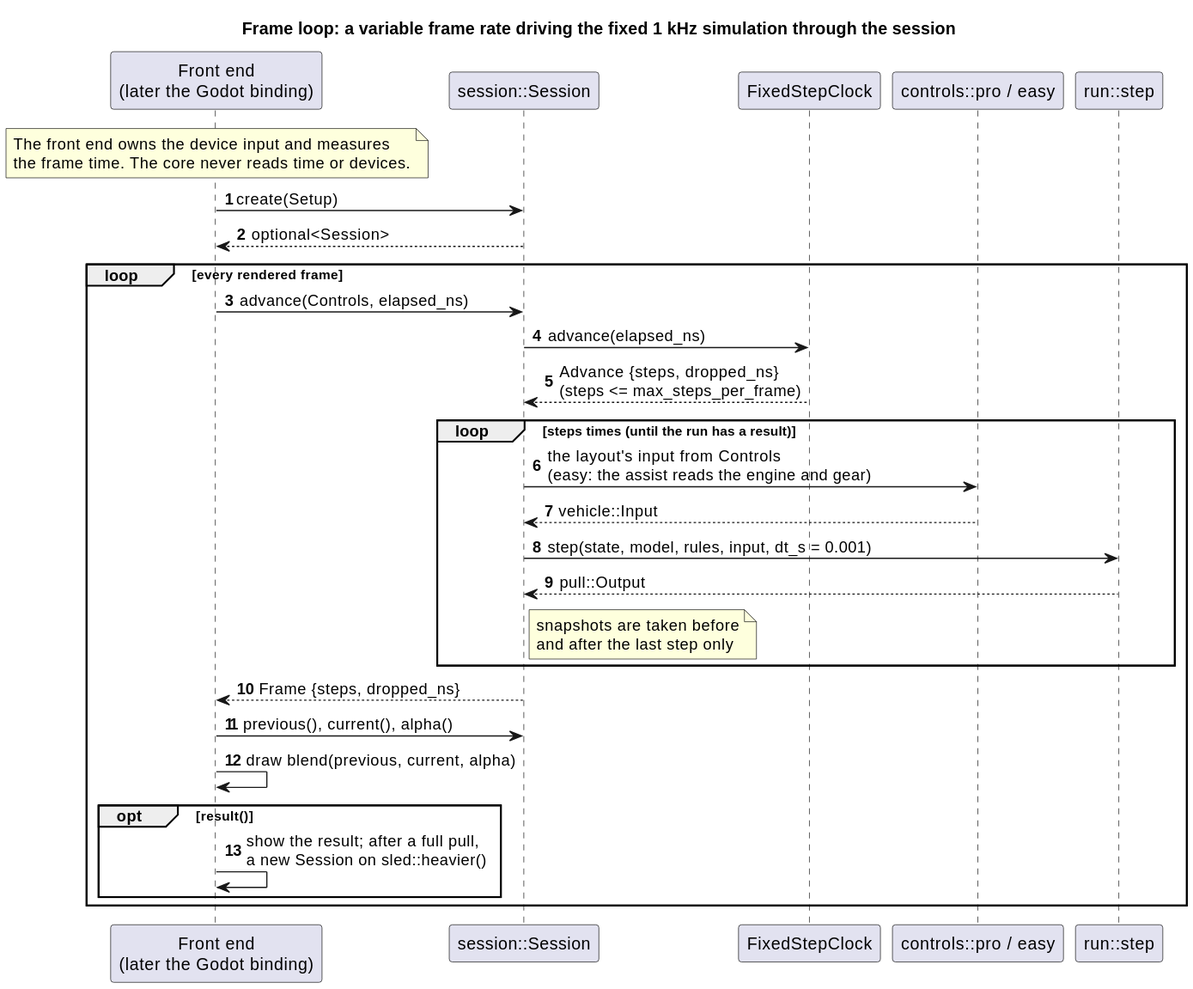
Earlier version of the PlantUML export docs/diagrams/svg/frame_loop_sequence.svg (wversteeg/TractorPulling).
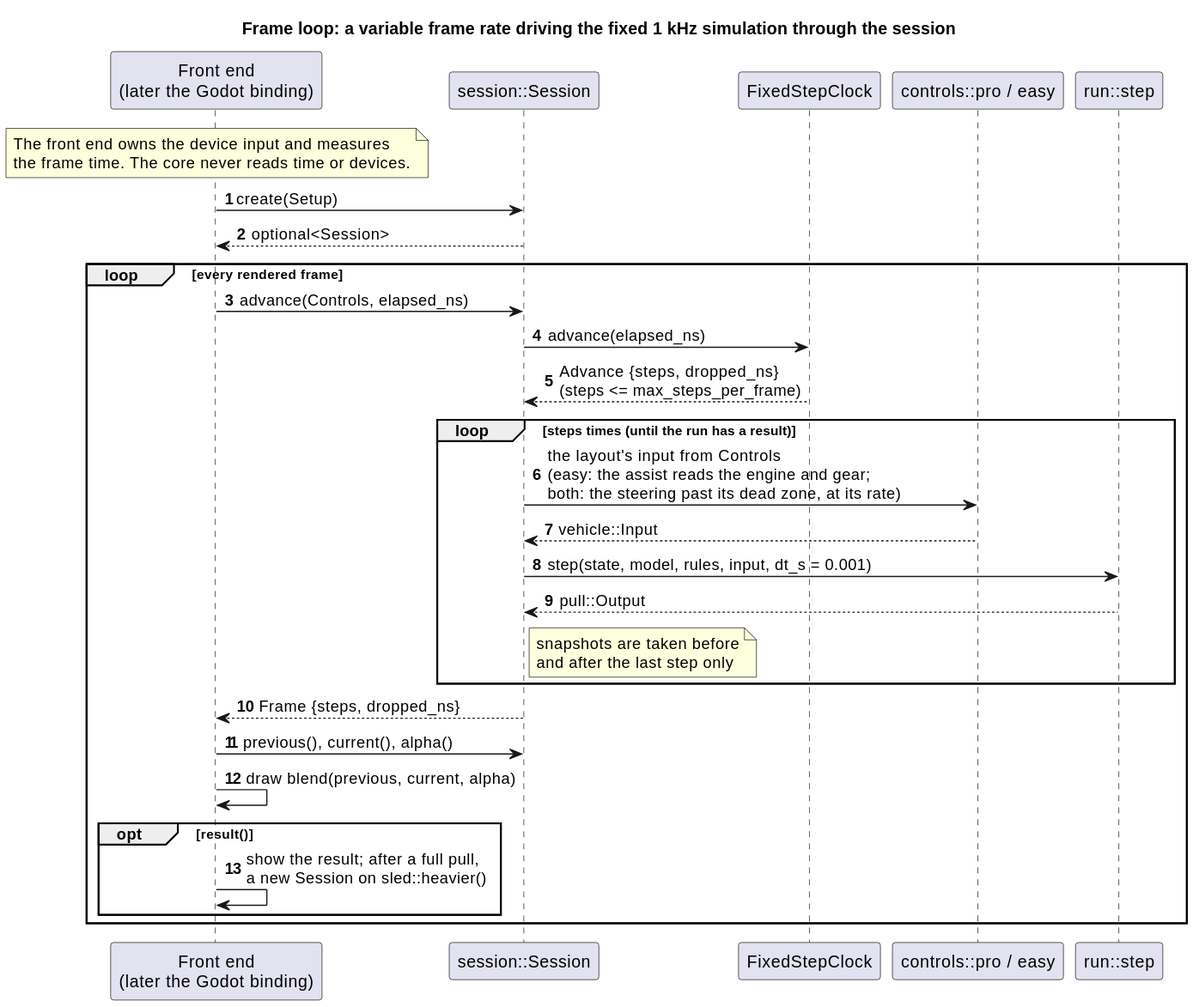
The same diagram one commit later.

The edit, as a diff of the source:
```diff
@@ -17,7 +17,7 @@
   Session -> Clock : advance(elapsed_ns)
   Clock --> Session : Advance {steps, dropped_ns}\n(steps <= max_steps_per_frame)
   loop steps times (until the run has a result)
-    Session -> Controls : the layout's input from Controls\n(easy: the assist reads the engine and gear)
+    Session -> Controls : the layout's input from Controls\n(easy: the assist reads the engine and gear;\nboth: the steering past its dead zone, at its rate)
     Controls --> Session : vehicle::Input
     Session -> Run : step(state, model, rules, input, dt_s = 0.001)
     Run --> Session : pull::Output
```
